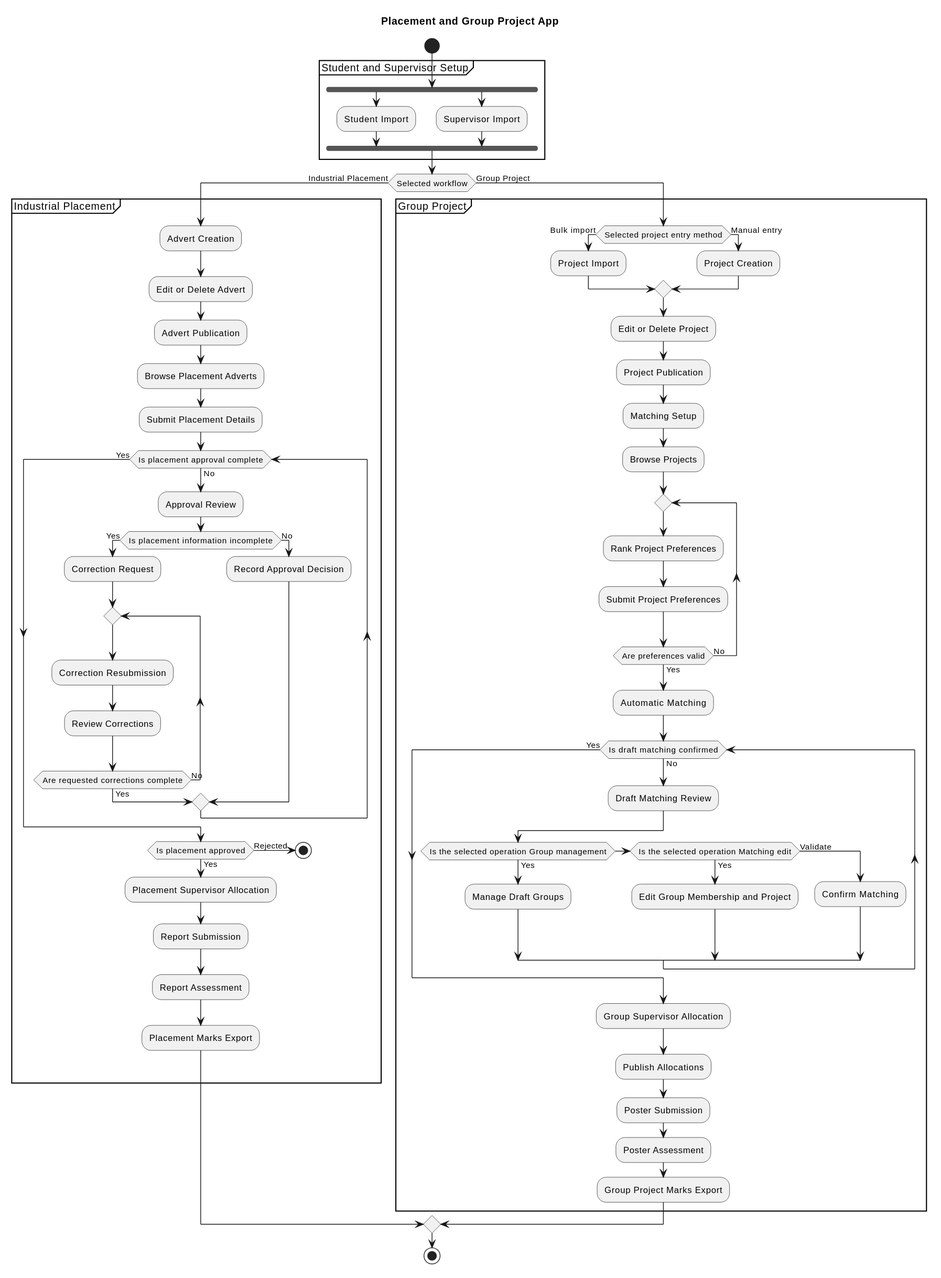
sdflkjssl/sdflkjssl.github.io keeps this PlantUML diagram as industrial-placement-group-project/diagrams/overview.svg. Above is the earlier version.
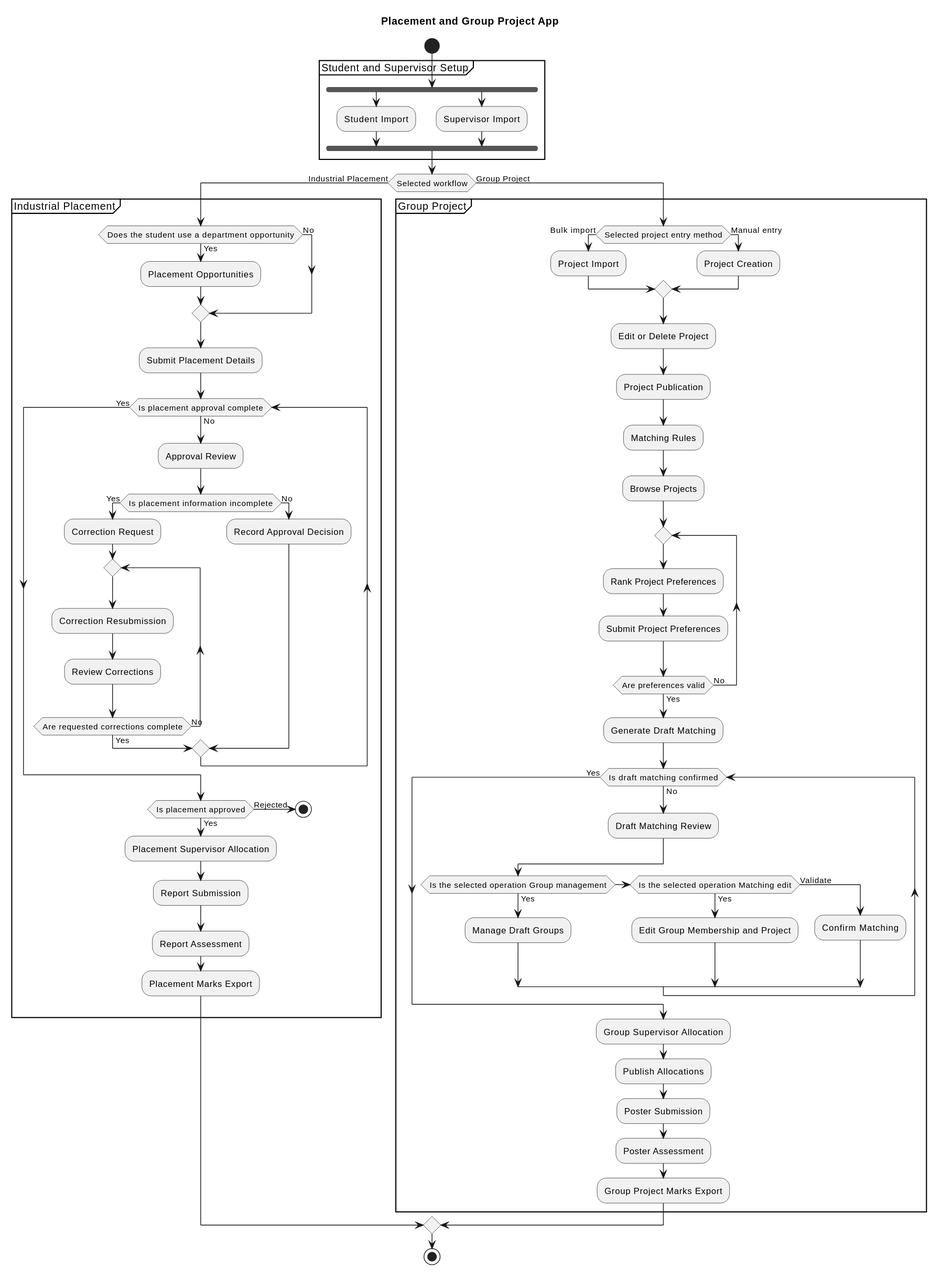
Later version of the same file.

Commit message:
Clarify placement opportunities and matching scope

The edit, as a diff of the source:
```diff
@@ -14,10 +14,10 @@
 }
 if (Selected workflow) then (Industrial Placement)
   partition "Industrial Placement" {
-    :Advert Creation;
-    :Edit or Delete Advert;
-    :Advert Publication;
-    :Browse Placement Adverts;
+    if (Does the student use a department opportunity) then (Yes)
+      :Placement Opportunities;
+    else (No)
+    endif
     :Submit Placement Details;
 
     while (Is placement approval complete) is (No)
@@ -51,7 +51,7 @@
     endif
     :Edit or Delete Project;
     :Project Publication;
-    :Matching Setup;
+    :Matching Rules;
     :Browse Projects;
 
     repeat
@@ -59,7 +59,7 @@
       :Submit Project Preferences;
     repeat while (Are preferences valid) is (No) not (Yes)
 
-    :Automatic Matching;
+    :Generate Draft Matching;
 
     while (Is draft matching confirmed) is (No)
       :Draft Matching Review;
```
